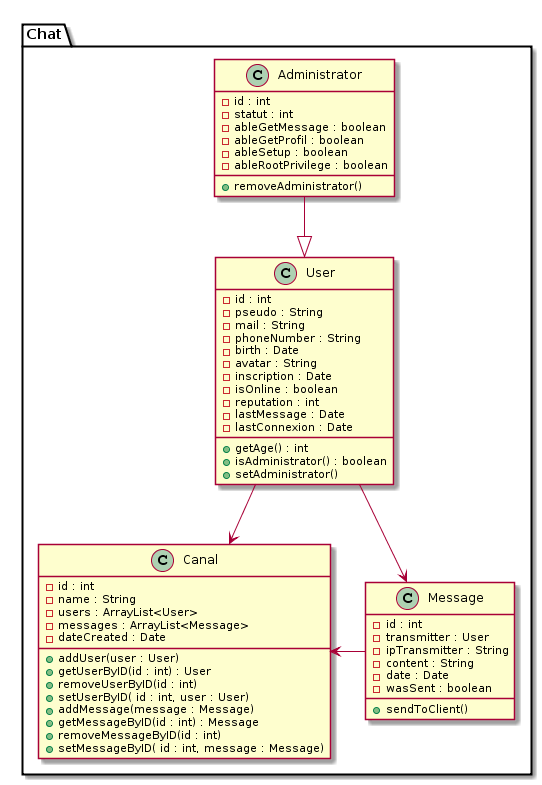
Before: etude/UML/UML.png, a diagram exported from PlantUML (Chortan/Chat). Its diagram source:
```plantuml
@startuml
package Chat{
	class Administrator{
		- id : int
		- statut : int
		- ableGetMessage : boolean
		- ableGetProfil : boolean
		- ableSetup : boolean
		- ableRootPrivilege : boolean
		+ removeAdministrator()
	}

	class User{
		- id : int
		- pseudo : String
		- mail : String
		- phoneNumber : String
		- birth : Date
		- avatar : String

		- inscription : Date
		- isOnline : boolean
		- reputation : int

		- lastMessage : Date
		- lastConnexion : Date

		+ getAge() : int
		+ isAdministrator() : boolean
		+ setAdministrator()

	}

	class Message{
		- id : int
		- transmitter : User
		- ipTransmitter : String
		- content : String
		- date : Date
		- wasSent : boolean
		+ sendToClient()
	}

	class Canal{
		- id : int
		- name : String
		- users : ArrayList<User>
		- messages : ArrayList<Message>
		- dateCreated : Date

		+ addUser(user : User)
		+ getUserByID(id : int) : User
		+ removeUserByID(id : int)
		+ setUserByID( id : int, user : User)

		+ addMessage(message : Message)
		+ getMessageByID(id : int) : Message
		+ removeMessageByID(id : int)
		+ setMessageByID( id : int, message : Message)
	}
}

User --> Message
Administrator --|> User
Message -left--> Canal
User --> Canal
@enduml
```
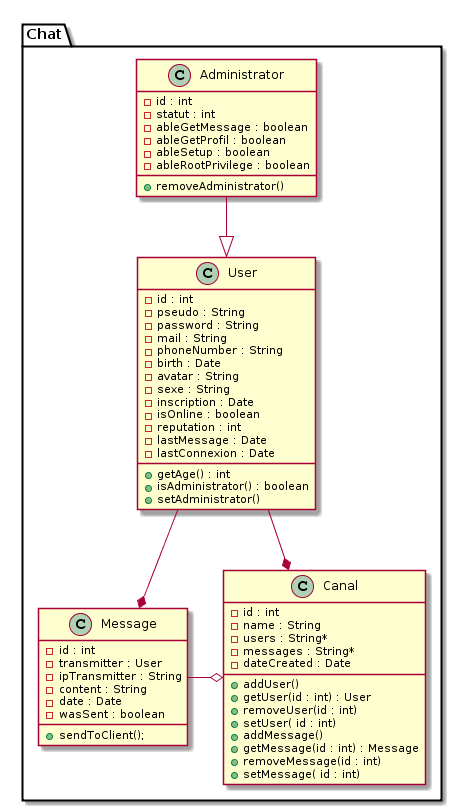
After the commit.

The edit, as a diff of the source:
```diff
@@ -13,10 +13,12 @@
 	class User{
 		- id : int
 		- pseudo : String
+		- password : String
 		- mail : String
 		- phoneNumber : String
 		- birth : Date
 		- avatar : String
+		- sexe : String
 
 		- inscription : Date
 		- isOnline : boolean
@@ -38,30 +40,29 @@
 		- content : String
 		- date : Date
 		- wasSent : boolean
-		+ sendToClient()
+		+ sendToClient();
 	}
 
 	class Canal{
 		- id : int
 		- name : String
-		- users : ArrayList<User>
-		- messages : ArrayList<Message>
+		- users : String*
+		- messages : String*
 		- dateCreated : Date
+		+ addUser()
+		+ getUser(id : int) : User
+		+ removeUser(id : int)
+		+ setUser( id : int)
 
-		+ addUser(user : User)
-		+ getUserByID(id : int) : User
-		+ removeUserByID(id : int)
-		+ setUserByID( id : int, user : User)
-
-		+ addMessage(message : Message)
-		+ getMessageByID(id : int) : Message
-		+ removeMessageByID(id : int)
-		+ setMessageByID( id : int, message : Message)
+		+ addMessage()
+		+ getMessage(id : int) : Message
+		+ removeMessage(id : int)
+		+ setMessage( id : int)
 	}
 }
 
-User --> Message
+User --* Message
 Administrator --|> User
-Message -left--> Canal
-User --> Canal
+Message -left--o Canal
+User --* Canal
 @enduml
```
